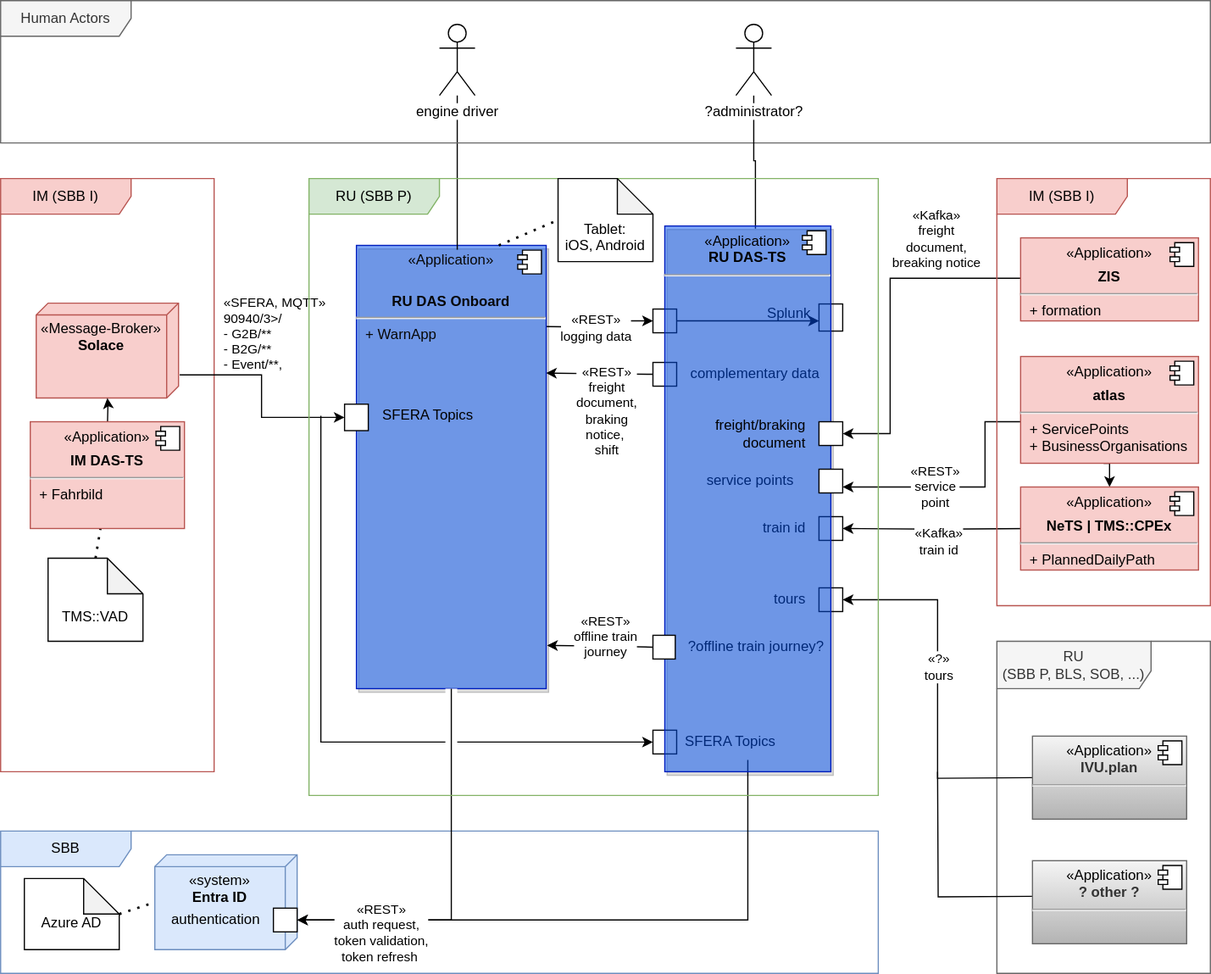
This is docs/content/architecture/05_building_block_view/das-buildingBlocks_whiteboxOverview.drawio.svg from SchweizerischeBundesbahnen/DAS, a draw.io export, as it was before one commit. Source tidied: cells renumbered, new cells last; positions are measured from the earlier drawing's top-left corner, leaving out a move shared by most shapes.
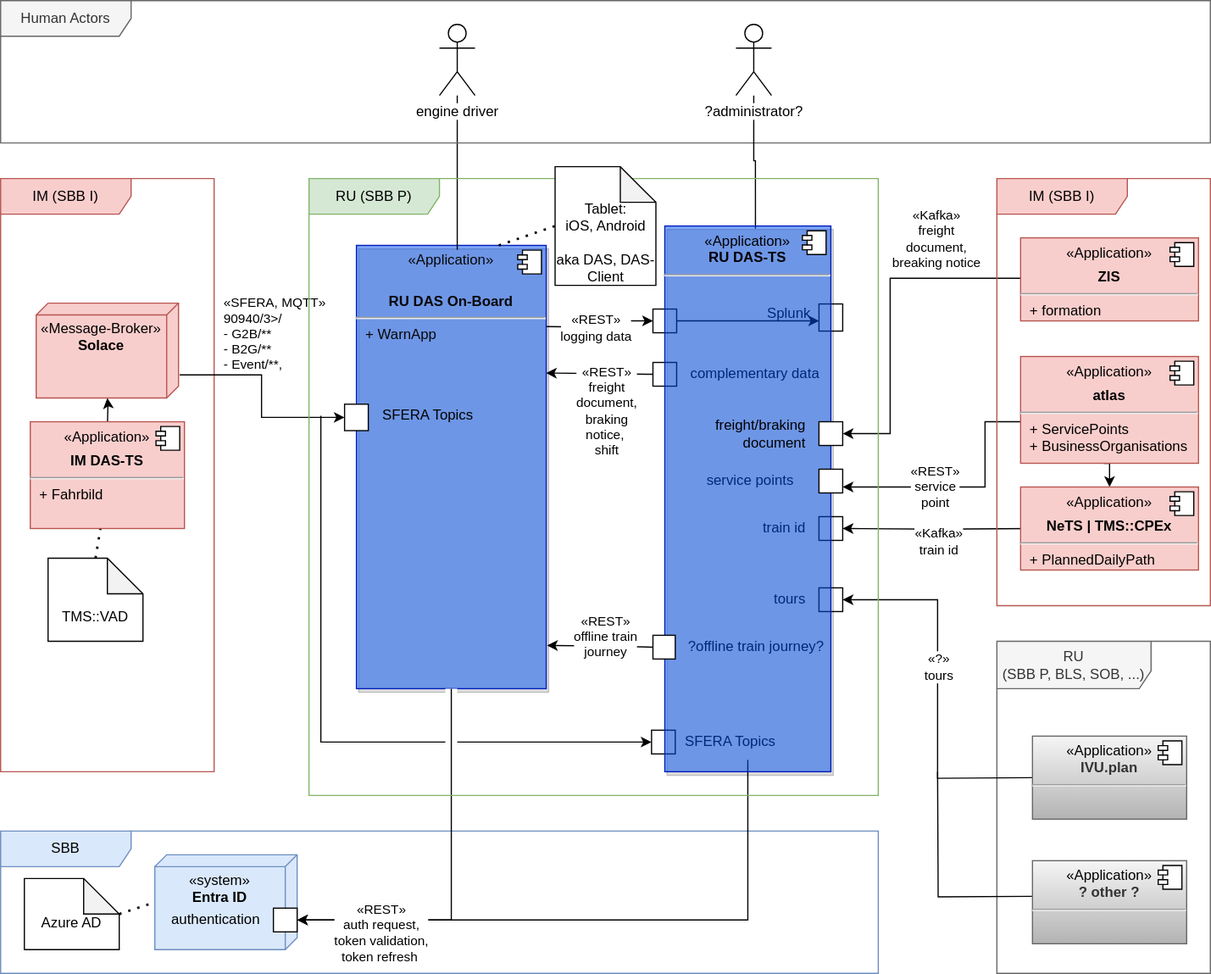
After the commit.

Commit message:
DAS notice

The edit, as a diff of the source:
```diff
@@ -38,7 +38,7 @@
     <mxCell id="9" style="group;shadow=1;" parent="1" vertex="1">
       <mxGeometry x="290" y="290" width="170" height="290" as="geometry" />
     </mxCell>
-    <mxCell id="10" value="&lt;p style=&quot;margin:0px;margin-top:6px;text-align:center;&quot;&gt;&lt;font color=&quot;#080808&quot;&gt;«Application»&lt;br style=&quot;border-color: var(--border-color);&quot;&gt;&lt;br&gt;&lt;/font&gt;&lt;/p&gt;&lt;p style=&quot;margin:0px;margin-top:6px;text-align:center;&quot;&gt;&lt;b&gt;&lt;font color=&quot;#080808&quot;&gt;RU DAS Onboard&lt;/font&gt;&lt;/b&gt;&lt;/p&gt;&lt;hr&gt;&lt;p style=&quot;margin:0px;margin-left:8px;&quot;&gt;&lt;font color=&quot;#080808&quot;&gt;+ WarnApp&lt;/font&gt;&lt;br&gt;&lt;/p&gt;" style="align=left;overflow=fill;html=1;whiteSpace=wrap;fillColor=#0050ef;fontColor=#ffffff;strokeColor=#001DBC;shadow=1;rounded=0;glass=0;fillOpacity=50;" parent="9" vertex="1">
+    <mxCell id="10" value="&lt;p style=&quot;margin:0px;margin-top:6px;text-align:center;&quot;&gt;&lt;font color=&quot;#080808&quot;&gt;«Application»&lt;br style=&quot;border-color: var(--border-color);&quot;&gt;&lt;br&gt;&lt;/font&gt;&lt;/p&gt;&lt;p style=&quot;margin:0px;margin-top:6px;text-align:center;&quot;&gt;&lt;b&gt;&lt;font color=&quot;#080808&quot;&gt;RU DAS On-Board&lt;/font&gt;&lt;/b&gt;&lt;/p&gt;&lt;hr&gt;&lt;p style=&quot;margin:0px;margin-left:8px;&quot;&gt;&lt;font color=&quot;#080808&quot;&gt;+ WarnApp&lt;/font&gt;&lt;br&gt;&lt;/p&gt;" style="align=left;overflow=fill;html=1;whiteSpace=wrap;fillColor=#0050ef;fontColor=#ffffff;strokeColor=#001DBC;shadow=1;rounded=0;glass=0;fillOpacity=50;" parent="9" vertex="1">
       <mxGeometry x="10" y="-83.7" width="160" height="373.7" as="geometry" />
     </mxCell>
     <mxCell id="11" style="shape=component;jettyWidth=8;jettyHeight=4;" parent="10" vertex="1">
@@ -145,7 +145,7 @@
       <mxGeometry x="15" width="100" height="30" as="geometry" />
     </mxCell>
     <mxCell id="40" style="rounded=0;whiteSpace=wrap;html=1;fillColor=default;" parent="38" vertex="1">
-      <mxGeometry y="5" width="20" height="20" as="geometry" />
+      <mxGeometry x="-1.2" y="5" width="20" height="20" as="geometry" />
     </mxCell>
     <mxCell id="41" style="group;fillColor=none;strokeColor=none;" parent="1" vertex="1">
       <mxGeometry x="550" y="530" width="160" height="30" as="geometry" />
@@ -342,8 +342,8 @@
     <mxCell id="87" style="rounded=0;whiteSpace=wrap;html=1;shadow=0;glass=0;" parent="83" vertex="1">
       <mxGeometry x="70" y="5" width="20" height="20" as="geometry" />
     </mxCell>
-    <mxCell id="88" value="&lt;br&gt;&lt;br&gt;Tablet: &lt;br&gt;iOS, Android" style="shape=note;whiteSpace=wrap;html=1;backgroundOutline=1;darkOpacity=0.05;" parent="1" vertex="1">
-      <mxGeometry x="470" y="150" width="80" height="70" as="geometry" />
+    <mxCell id="88" value="&lt;br&gt;&lt;br&gt;Tablet: &lt;br&gt;iOS, Android&lt;br&gt;&lt;br&gt;aka DAS, DAS-Client" style="shape=note;whiteSpace=wrap;html=1;backgroundOutline=1;darkOpacity=0.05;" parent="1" vertex="1">
+      <mxGeometry x="467.5" y="140" width="85" height="100" as="geometry" />
     </mxCell>
     <mxCell id="89" style="endArrow=none;dashed=1;html=1;dashPattern=1 3;strokeWidth=2;rounded=0;entryX=0;entryY=0.5;entryDx=0;entryDy=0;entryPerimeter=0;exitX=0.75;exitY=0;exitDx=0;exitDy=0;" parent="1" edge="1" source="10" target="88">
       <mxGeometry relative="1" as="geometry" />
```
